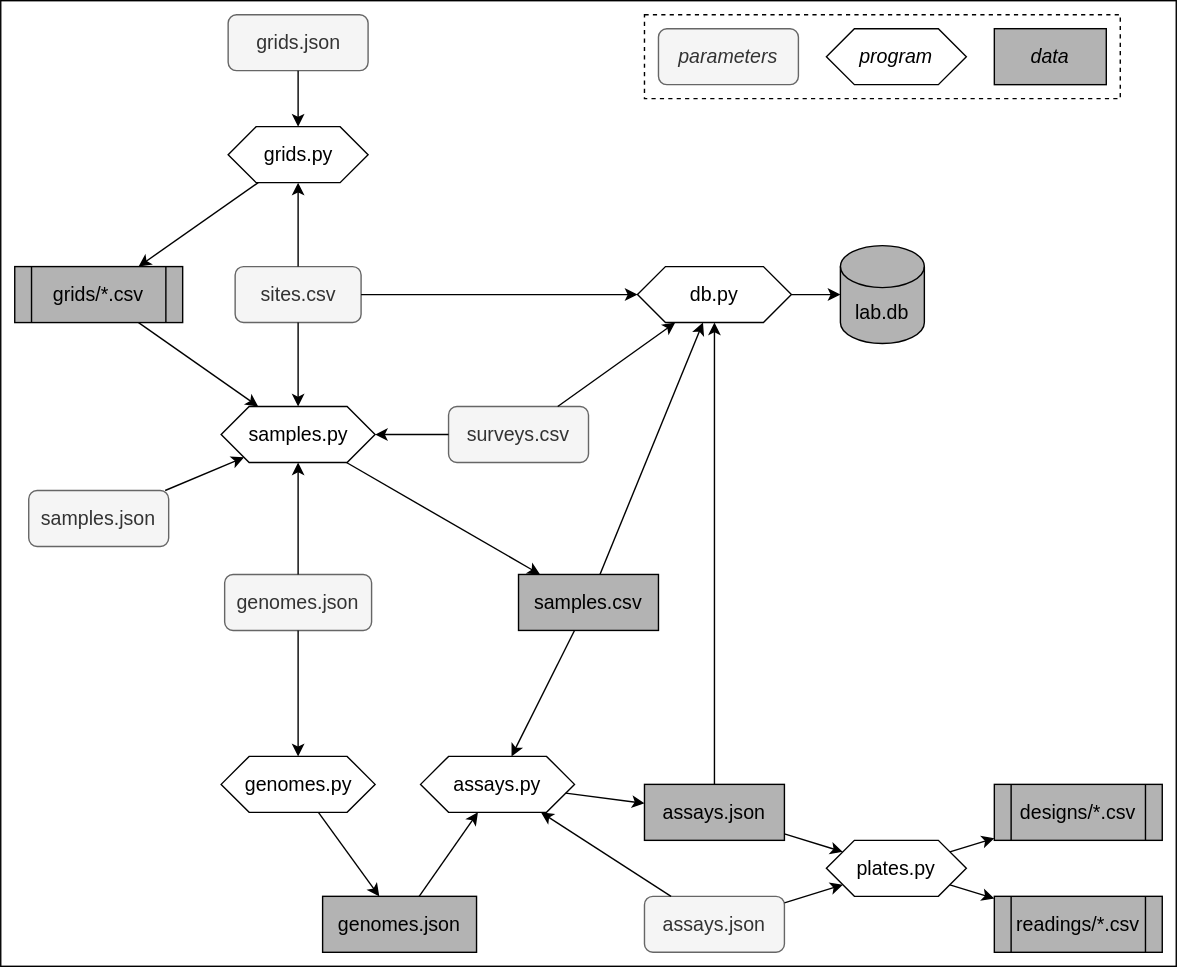
This is img/workflow.svg from juananpe/nss, a draw.io export, as it was before one commit. Source tidied: cells renumbered, new cells last; positions are measured from the earlier drawing's top-left corner, leaving out a move shared by most shapes. Source of this version:
```xml
<mxGraphModel background="#FFFFFF">
  <root>
    <mxCell id="0" />
    <mxCell id="1" parent="0" />
    <mxCell id="2" style="rounded=0;whiteSpace=wrap;html=1;" parent="1" vertex="1">
      <mxGeometry width="840" height="690" as="geometry" />
    </mxCell>
    <mxCell id="3" value="sites.csv" style="rounded=1;whiteSpace=wrap;html=1;fontSize=14;fillColor=#f5f5f5;fontColor=#333333;strokeColor=#666666;" parent="1" vertex="1">
      <mxGeometry x="167.5" y="190" width="90" height="40" as="geometry" />
    </mxCell>
    <mxCell id="4" value="grids.json" style="rounded=1;whiteSpace=wrap;html=1;fontSize=14;fillColor=#f5f5f5;fontColor=#333333;strokeColor=#666666;" parent="1" vertex="1">
      <mxGeometry x="162.5" y="10" width="100" height="40" as="geometry" />
    </mxCell>
    <mxCell id="5" value="grids/*.csv" style="shape=process;whiteSpace=wrap;html=1;backgroundOutline=1;fillColor=#B3B3B3;fontSize=14;" parent="1" vertex="1">
      <mxGeometry x="10" y="190" width="120" height="40" as="geometry" />
    </mxCell>
    <mxCell id="6" value="grids.py" style="shape=hexagon;perimeter=hexagonPerimeter2;whiteSpace=wrap;html=1;fixedSize=1;fillColor=none;fontSize=14;" parent="1" vertex="1">
      <mxGeometry x="162.5" y="90" width="100" height="40" as="geometry" />
    </mxCell>
    <mxCell id="7" style="endArrow=classic;html=1;rounded=0;" parent="1" edge="1" source="4" target="6">
      <mxGeometry relative="1" as="geometry" />
    </mxCell>
    <mxCell id="8" style="endArrow=classic;html=1;rounded=0;" parent="1" edge="1" source="3" target="6">
      <mxGeometry relative="1" as="geometry" />
    </mxCell>
    <mxCell id="9" style="endArrow=classic;html=1;rounded=0;" parent="1" edge="1" source="6" target="5">
      <mxGeometry relative="1" as="geometry" />
    </mxCell>
    <mxCell id="10" value="genomes.py" style="shape=hexagon;perimeter=hexagonPerimeter2;whiteSpace=wrap;html=1;fixedSize=1;fillColor=none;fontSize=14;" parent="1" vertex="1">
      <mxGeometry x="157.5" y="540" width="110" height="40" as="geometry" />
    </mxCell>
    <mxCell id="11" value="genomes.json" style="rounded=1;whiteSpace=wrap;html=1;fontSize=14;fillColor=#f5f5f5;fontColor=#333333;strokeColor=#666666;" parent="1" vertex="1">
      <mxGeometry x="160" y="410" width="105" height="40" as="geometry" />
    </mxCell>
    <mxCell id="12" style="endArrow=classic;html=1;rounded=0;" parent="1" edge="1" source="11" target="10">
      <mxGeometry relative="1" as="geometry" />
    </mxCell>
    <mxCell id="13" value="genomes.json" style="rounded=0;whiteSpace=wrap;html=1;fillColor=#B3B3B3;fontSize=14;" parent="1" vertex="1">
      <mxGeometry x="230" y="640" width="110" height="40" as="geometry" />
    </mxCell>
    <mxCell id="14" style="endArrow=classic;html=1;rounded=0;" parent="1" edge="1" source="10" target="13">
      <mxGeometry relative="1" as="geometry" />
    </mxCell>
    <mxCell id="15" value="surveys.csv" style="rounded=1;whiteSpace=wrap;html=1;fontSize=14;fillColor=#f5f5f5;fontColor=#333333;strokeColor=#666666;" parent="1" vertex="1">
      <mxGeometry x="320" y="290" width="100" height="40" as="geometry" />
    </mxCell>
    <mxCell id="16" value="samples.csv" style="rounded=0;whiteSpace=wrap;html=1;fillColor=#B3B3B3;fontSize=14;" parent="1" vertex="1">
      <mxGeometry x="370" y="410" width="100" height="40" as="geometry" />
    </mxCell>
    <mxCell id="17" value="samples.py" style="shape=hexagon;perimeter=hexagonPerimeter2;whiteSpace=wrap;html=1;fixedSize=1;fillColor=none;fontSize=14;" parent="1" vertex="1">
      <mxGeometry x="157.5" y="290" width="110" height="40" as="geometry" />
    </mxCell>
    <mxCell id="18" style="endArrow=classic;html=1;rounded=0;" parent="1" edge="1" source="15" target="17">
      <mxGeometry relative="1" as="geometry" />
    </mxCell>
    <mxCell id="19" style="endArrow=classic;html=1;rounded=0;" parent="1" edge="1" source="11" target="17">
      <mxGeometry relative="1" as="geometry" />
    </mxCell>
    <mxCell id="20" value="samples.json" style="rounded=1;whiteSpace=wrap;html=1;fontSize=14;fillColor=#f5f5f5;fontColor=#333333;strokeColor=#666666;" parent="1" vertex="1">
      <mxGeometry x="20" y="350" width="100" height="40" as="geometry" />
    </mxCell>
    <mxCell id="21" style="endArrow=classic;html=1;rounded=0;" parent="1" edge="1" source="20" target="17">
      <mxGeometry relative="1" as="geometry" />
    </mxCell>
    <mxCell id="22" style="endArrow=classic;html=1;rounded=0;" parent="1" edge="1" source="3" target="17">
      <mxGeometry relative="1" as="geometry" />
    </mxCell>
    <mxCell id="23" style="endArrow=classic;html=1;rounded=0;" parent="1" edge="1" source="17" target="16">
      <mxGeometry relative="1" as="geometry" />
    </mxCell>
    <mxCell id="24" style="endArrow=classic;html=1;rounded=0;" parent="1" edge="1" source="5" target="17">
      <mxGeometry relative="1" as="geometry" />
    </mxCell>
    <mxCell id="25" value="assays.json" style="rounded=0;whiteSpace=wrap;html=1;fillColor=#B3B3B3;fontSize=14;" parent="1" vertex="1">
      <mxGeometry x="460" y="560" width="100" height="40" as="geometry" />
    </mxCell>
    <mxCell id="26" value="assays.py" style="shape=hexagon;perimeter=hexagonPerimeter2;whiteSpace=wrap;html=1;fixedSize=1;fillColor=none;fontSize=14;" parent="1" vertex="1">
      <mxGeometry x="300" y="540" width="110" height="40" as="geometry" />
    </mxCell>
    <mxCell id="27" style="endArrow=classic;html=1;rounded=0;" parent="1" edge="1" source="26" target="25">
      <mxGeometry relative="1" as="geometry" />
    </mxCell>
    <mxCell id="28" value="assays.json" style="rounded=1;whiteSpace=wrap;html=1;fontSize=14;fillColor=#f5f5f5;fontColor=#333333;strokeColor=#666666;" parent="1" vertex="1">
      <mxGeometry x="460" y="640" width="100" height="40" as="geometry" />
    </mxCell>
    <mxCell id="29" style="endArrow=classic;html=1;rounded=0;" parent="1" edge="1" source="28" target="26">
      <mxGeometry relative="1" as="geometry" />
    </mxCell>
    <mxCell id="30" style="endArrow=classic;html=1;rounded=0;" parent="1" edge="1" source="13" target="26">
      <mxGeometry relative="1" as="geometry" />
    </mxCell>
    <mxCell id="31" style="endArrow=classic;html=1;rounded=0;" parent="1" edge="1" source="16" target="26">
      <mxGeometry relative="1" as="geometry" />
    </mxCell>
    <mxCell id="32" value="plates.py" style="shape=hexagon;perimeter=hexagonPerimeter2;whiteSpace=wrap;html=1;fixedSize=1;fillColor=none;fontSize=14;" parent="1" vertex="1">
      <mxGeometry x="590" y="600" width="100" height="40" as="geometry" />
    </mxCell>
    <mxCell id="33" style="endArrow=classic;html=1;rounded=0;" parent="1" edge="1" source="25" target="32">
      <mxGeometry relative="1" as="geometry" />
    </mxCell>
    <mxCell id="34" style="endArrow=classic;html=1;rounded=0;" parent="1" edge="1" source="28" target="32">
      <mxGeometry relative="1" as="geometry" />
    </mxCell>
    <mxCell id="35" value="designs/*.csv" style="shape=process;whiteSpace=wrap;html=1;backgroundOutline=1;fillColor=#B3B3B3;fontSize=14;" parent="1" vertex="1">
      <mxGeometry x="710" y="560" width="120" height="40" as="geometry" />
    </mxCell>
    <mxCell id="36" value="readings/*.csv" style="shape=process;whiteSpace=wrap;html=1;backgroundOutline=1;fillColor=#B3B3B3;fontSize=14;" parent="1" vertex="1">
      <mxGeometry x="710" y="640" width="120" height="40" as="geometry" />
    </mxCell>
    <mxCell id="37" style="endArrow=classic;html=1;rounded=0;" parent="1" edge="1" source="32" target="35">
      <mxGeometry relative="1" as="geometry" />
    </mxCell>
    <mxCell id="38" style="endArrow=classic;html=1;rounded=0;" parent="1" edge="1" source="32" target="36">
      <mxGeometry relative="1" as="geometry" />
    </mxCell>
    <mxCell id="39" value="db.py" style="shape=hexagon;perimeter=hexagonPerimeter2;whiteSpace=wrap;html=1;fixedSize=1;fillColor=none;fontSize=14;" parent="1" vertex="1">
      <mxGeometry x="455" y="190" width="110" height="40" as="geometry" />
    </mxCell>
    <mxCell id="40" style="endArrow=classic;html=1;rounded=0;" parent="1" edge="1" source="25" target="39">
      <mxGeometry relative="1" as="geometry" />
    </mxCell>
    <mxCell id="41" style="endArrow=classic;html=1;rounded=0;" parent="1" edge="1" source="16" target="39">
      <mxGeometry relative="1" as="geometry" />
    </mxCell>
    <mxCell id="42" style="endArrow=classic;html=1;rounded=0;" parent="1" edge="1" source="3" target="39">
      <mxGeometry relative="1" as="geometry" />
    </mxCell>
    <mxCell id="43" style="endArrow=classic;html=1;rounded=0;" parent="1" edge="1" source="15" target="39">
      <mxGeometry relative="1" as="geometry" />
    </mxCell>
    <mxCell id="44" value="lab.db" style="shape=cylinder3;whiteSpace=wrap;html=1;boundedLbl=1;backgroundOutline=1;size=15;fillColor=#B3B3B3;fontSize=14;" parent="1" vertex="1">
      <mxGeometry x="600" y="175" width="60" height="70" as="geometry" />
    </mxCell>
    <mxCell id="45" style="endArrow=classic;html=1;rounded=0;" parent="1" edge="1" source="39" target="44">
      <mxGeometry relative="1" as="geometry" />
    </mxCell>
    <mxCell id="46" value="&lt;i&gt;parameters&lt;/i&gt;" style="rounded=1;whiteSpace=wrap;html=1;fontSize=14;fillColor=#f5f5f5;fontColor=#333333;strokeColor=#666666;" parent="1" vertex="1">
      <mxGeometry x="470" y="20" width="100" height="40" as="geometry" />
    </mxCell>
    <mxCell id="47" value="&lt;i&gt;program&lt;/i&gt;" style="shape=hexagon;perimeter=hexagonPerimeter2;whiteSpace=wrap;html=1;fixedSize=1;fillColor=none;fontSize=14;" parent="1" vertex="1">
      <mxGeometry x="590" y="20" width="100" height="40" as="geometry" />
    </mxCell>
    <mxCell id="48" value="&lt;i&gt;data&lt;/i&gt;" style="rounded=0;whiteSpace=wrap;html=1;fillColor=#B3B3B3;fontSize=14;" parent="1" vertex="1">
      <mxGeometry x="710" y="20" width="80" height="40" as="geometry" />
    </mxCell>
    <mxCell id="49" style="rounded=0;whiteSpace=wrap;html=1;fillColor=none;dashed=1;" parent="1" vertex="1">
      <mxGeometry x="460" y="10" width="340" height="60" as="geometry" />
    </mxCell>
  </root>
</mxGraphModel>
```
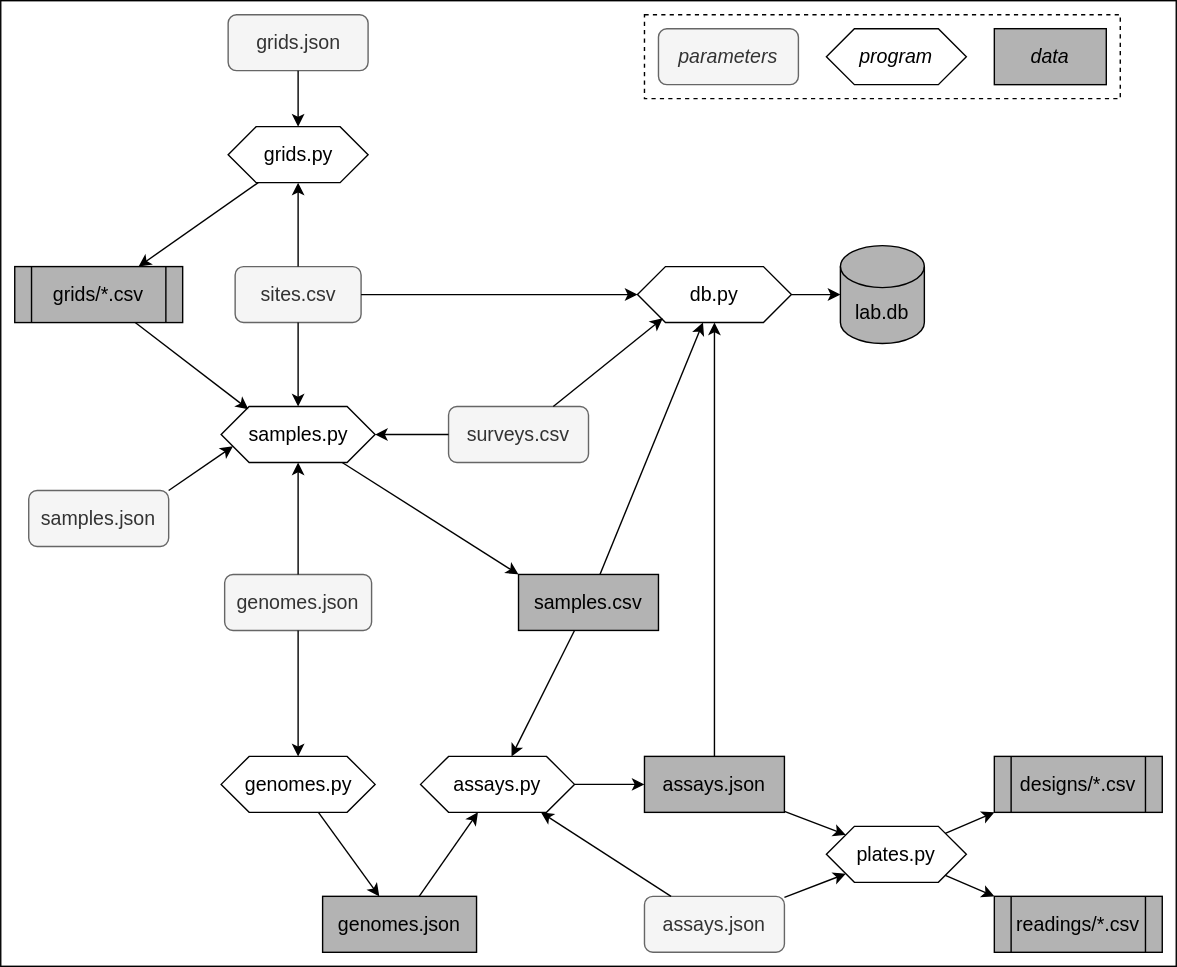
The same diagram one commit later.

Commit message:
fix: tidy up diagram

The edit, as a diff of the source:
```diff
@@ -59,20 +59,20 @@
     <mxCell id="20" value="samples.json" style="rounded=1;whiteSpace=wrap;html=1;fontSize=14;fillColor=#f5f5f5;fontColor=#333333;strokeColor=#666666;" parent="1" vertex="1">
       <mxGeometry x="20" y="350" width="100" height="40" as="geometry" />
     </mxCell>
-    <mxCell id="21" style="endArrow=classic;html=1;rounded=0;" parent="1" edge="1" source="20" target="17">
+    <mxCell id="21" style="endArrow=classic;html=1;rounded=0;entryX=0;entryY=0.75;entryDx=0;entryDy=0;exitX=1;exitY=0;exitDx=0;exitDy=0;" parent="1" edge="1" source="20" target="17">
       <mxGeometry relative="1" as="geometry" />
     </mxCell>
     <mxCell id="22" style="endArrow=classic;html=1;rounded=0;" parent="1" edge="1" source="3" target="17">
       <mxGeometry relative="1" as="geometry" />
     </mxCell>
-    <mxCell id="23" style="endArrow=classic;html=1;rounded=0;" parent="1" edge="1" source="17" target="16">
+    <mxCell id="23" style="endArrow=classic;html=1;rounded=0;entryX=0;entryY=0;entryDx=0;entryDy=0;" parent="1" edge="1" source="17" target="16">
       <mxGeometry relative="1" as="geometry" />
     </mxCell>
-    <mxCell id="24" style="endArrow=classic;html=1;rounded=0;" parent="1" edge="1" source="5" target="17">
+    <mxCell id="24" style="endArrow=classic;html=1;rounded=0;entryX=0.177;entryY=0.05;entryDx=0;entryDy=0;entryPerimeter=0;" parent="1" edge="1" source="5" target="17">
       <mxGeometry relative="1" as="geometry" />
     </mxCell>
     <mxCell id="25" value="assays.json" style="rounded=0;whiteSpace=wrap;html=1;fillColor=#B3B3B3;fontSize=14;" parent="1" vertex="1">
-      <mxGeometry x="460" y="560" width="100" height="40" as="geometry" />
+      <mxGeometry x="460" y="540" width="100" height="40" as="geometry" />
     </mxCell>
     <mxCell id="26" value="assays.py" style="shape=hexagon;perimeter=hexagonPerimeter2;whiteSpace=wrap;html=1;fixedSize=1;fillColor=none;fontSize=14;" parent="1" vertex="1">
       <mxGeometry x="300" y="540" width="110" height="40" as="geometry" />
@@ -93,7 +93,7 @@
       <mxGeometry relative="1" as="geometry" />
     </mxCell>
     <mxCell id="32" value="plates.py" style="shape=hexagon;perimeter=hexagonPerimeter2;whiteSpace=wrap;html=1;fixedSize=1;fillColor=none;fontSize=14;" parent="1" vertex="1">
-      <mxGeometry x="590" y="600" width="100" height="40" as="geometry" />
+      <mxGeometry x="590" y="590" width="100" height="40" as="geometry" />
     </mxCell>
     <mxCell id="33" style="endArrow=classic;html=1;rounded=0;" parent="1" edge="1" source="25" target="32">
       <mxGeometry relative="1" as="geometry" />
@@ -102,16 +102,18 @@
       <mxGeometry relative="1" as="geometry" />
     </mxCell>
     <mxCell id="35" value="designs/*.csv" style="shape=process;whiteSpace=wrap;html=1;backgroundOutline=1;fillColor=#B3B3B3;fontSize=14;" parent="1" vertex="1">
-      <mxGeometry x="710" y="560" width="120" height="40" as="geometry" />
+      <mxGeometry x="710" y="540" width="120" height="40" as="geometry" />
     </mxCell>
     <mxCell id="36" value="readings/*.csv" style="shape=process;whiteSpace=wrap;html=1;backgroundOutline=1;fillColor=#B3B3B3;fontSize=14;" parent="1" vertex="1">
       <mxGeometry x="710" y="640" width="120" height="40" as="geometry" />
     </mxCell>
-    <mxCell id="37" style="endArrow=classic;html=1;rounded=0;" parent="1" edge="1" source="32" target="35">
+    <mxCell id="37" style="endArrow=classic;html=1;rounded=0;entryX=0;entryY=1;entryDx=0;entryDy=0;" parent="1" edge="1" source="32" target="35">
       <mxGeometry relative="1" as="geometry" />
     </mxCell>
-    <mxCell id="38" style="endArrow=classic;html=1;rounded=0;" parent="1" edge="1" source="32" target="36">
-      <mxGeometry relative="1" as="geometry" />
+    <mxCell id="38" style="endArrow=classic;html=1;rounded=0;" parent="1" edge="1" source="32">
+      <mxGeometry relative="1" as="geometry">
+        <mxPoint x="710" y="640" as="targetPoint" />
+      </mxGeometry>
     </mxCell>
     <mxCell id="39" value="db.py" style="shape=hexagon;perimeter=hexagonPerimeter2;whiteSpace=wrap;html=1;fixedSize=1;fillColor=none;fontSize=14;" parent="1" vertex="1">
       <mxGeometry x="455" y="190" width="110" height="40" as="geometry" />
@@ -125,7 +127,7 @@
     <mxCell id="42" style="endArrow=classic;html=1;rounded=0;" parent="1" edge="1" source="3" target="39">
       <mxGeometry relative="1" as="geometry" />
     </mxCell>
-    <mxCell id="43" style="endArrow=classic;html=1;rounded=0;" parent="1" edge="1" source="15" target="39">
+    <mxCell id="43" style="endArrow=classic;html=1;rounded=0;entryX=0.164;entryY=0.925;entryDx=0;entryDy=0;entryPerimeter=0;" parent="1" edge="1" source="15" target="39">
       <mxGeometry relative="1" as="geometry" />
     </mxCell>
     <mxCell id="44" value="lab.db" style="shape=cylinder3;whiteSpace=wrap;html=1;boundedLbl=1;backgroundOutline=1;size=15;fillColor=#B3B3B3;fontSize=14;" parent="1" vertex="1">
```
